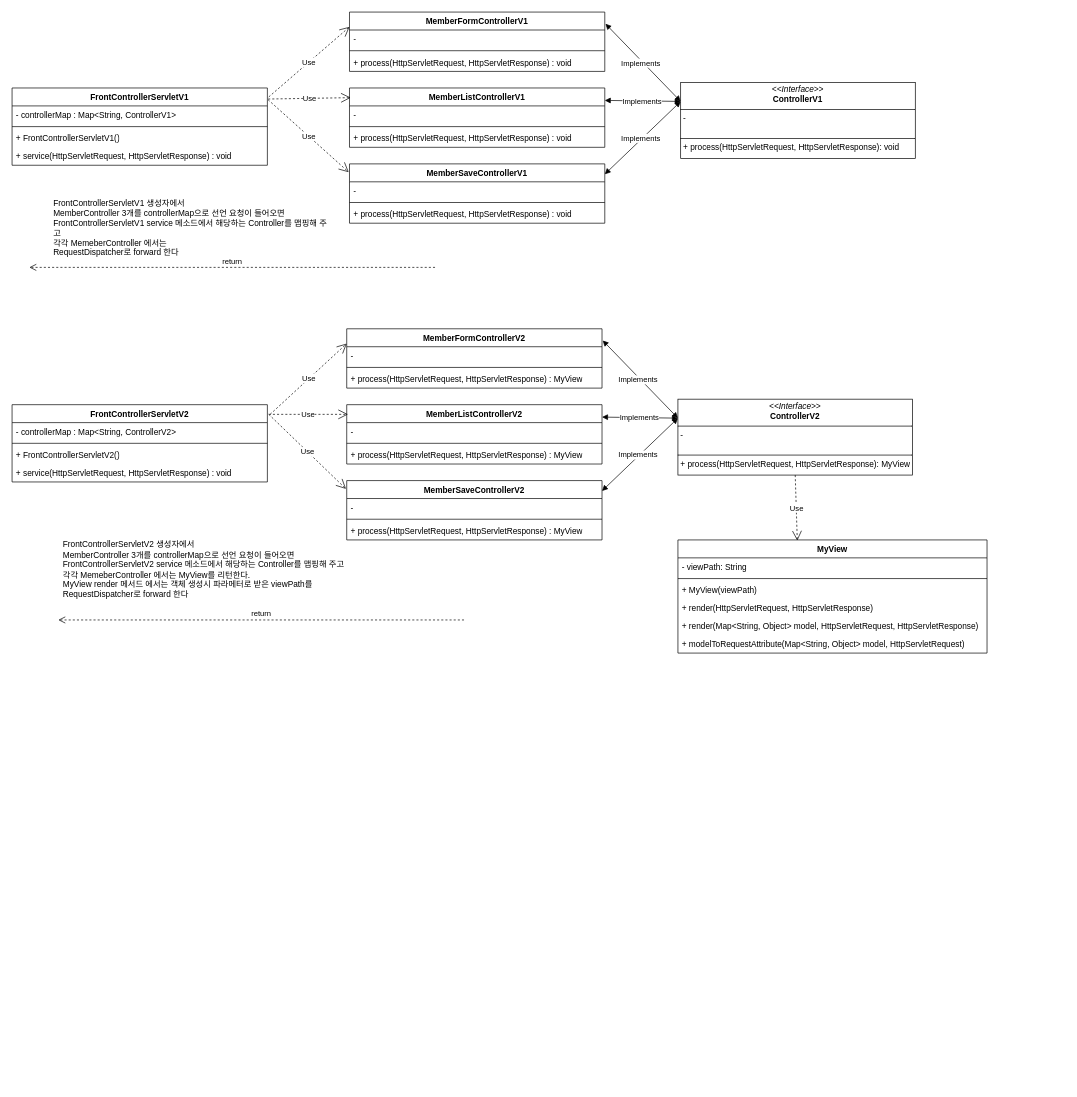
The draw.io diagram kimyh_servlet.drawio in realllbro/draw, before the edit. Source tidied: cells renumbered, new cells numbered last; positions are measured from the earlier drawing's top-left corner, leaving out a move shared by most shapes. Both pictures are drawn from the tidied source at 69%, with x=0, y=0 at pixel (12, 12).
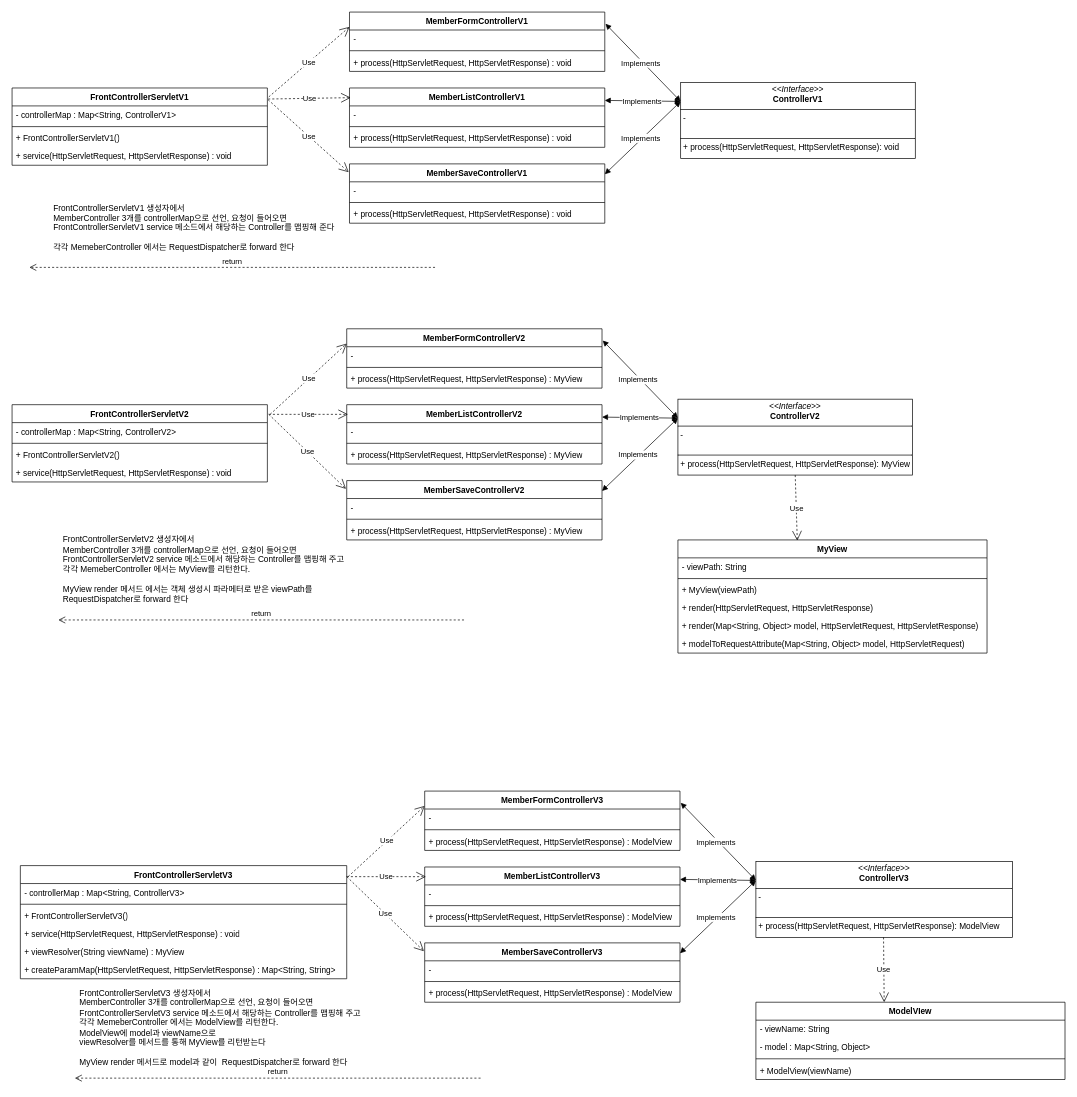
The same diagram, later.

Change to the diagram source:
```diff
@@
-    <mxCell id="66" value="FrontControllerServletV1 생성자에서&amp;nbsp;&lt;div&gt;&lt;div&gt;MemberController 3개를 controllerMap으로 선언&amp;nbsp;&lt;span style=&quot;background-color: initial;&quot;&gt;요청이 들어오면&amp;nbsp;&lt;/span&gt;&lt;/div&gt;&lt;/div&gt;&lt;div&gt;&lt;span style=&quot;background-color: initial;&quot;&gt;FrontControllerServletV1 service 메소드에서 해당하는 Controller를 맵핑해 주고&amp;nbsp;&lt;/span&gt;&lt;/div&gt;&lt;div&gt;&lt;span style=&quot;background-color: initial;&quot;&gt;각각 MemeberController 에서는&amp;nbsp;&lt;/span&gt;&lt;/div&gt;&lt;div&gt;&lt;span style=&quot;background-color: initial;&quot;&gt;RequestDispatcher로 forward 한다&amp;nbsp;&lt;/span&gt;&lt;/div&gt;" style="text;html=1;align=left;verticalAlign=middle;whiteSpace=wrap;rounded=0;" parent="1" vertex="1">
+    <mxCell id="66" value="FrontControllerServletV1 생성자에서&amp;nbsp;&lt;div&gt;&lt;div&gt;MemberController 3개를 controllerMap으로 선언,&amp;nbsp;&lt;span style=&quot;background-color: initial;&quot;&gt;요청이 들어오면&amp;nbsp;&lt;/span&gt;&lt;/div&gt;&lt;/div&gt;&lt;div&gt;&lt;span style=&quot;background-color: initial;&quot;&gt;FrontControllerServletV1 service 메소드에서 해당하는 Controller를 맵핑해 준다&lt;/span&gt;&lt;/div&gt;&lt;div&gt;&lt;span style=&quot;background-color: initial;&quot;&gt;&amp;nbsp;&lt;/span&gt;&lt;/div&gt;&lt;div&gt;&lt;span style=&quot;background-color: initial;&quot;&gt;각각 MemeberController 에서는&amp;nbsp;&lt;/span&gt;&lt;span style=&quot;background-color: initial;&quot;&gt;RequestDispatcher로 forward 한다&amp;nbsp;&lt;/span&gt;&lt;/div&gt;" style="text;html=1;align=left;verticalAlign=middle;whiteSpace=wrap;rounded=0;" parent="1" vertex="1">
       <mxGeometry x="58" y="293" width="413" height="39" as="geometry" />
     </mxCell>
-    <mxCell id="67" value="FrontControllerServletV2 생성자에서&amp;nbsp;&lt;div&gt;&lt;div&gt;MemberController 3개를 controllerMap으로 선언&amp;nbsp;&lt;span style=&quot;background-color: initial;&quot;&gt;요청이 들어오면&amp;nbsp;&lt;/span&gt;&lt;/div&gt;&lt;/div&gt;&lt;div&gt;&lt;span style=&quot;background-color: initial;&quot;&gt;FrontControllerServletV2 service 메소드에서 해당하는 Controller를 맵핑해 주고&amp;nbsp;&lt;/span&gt;&lt;/div&gt;&lt;div&gt;&lt;span style=&quot;background-color: initial;&quot;&gt;각각 MemeberController 에서는 MyView를 리턴한다.&lt;/span&gt;&lt;/div&gt;&lt;div&gt;&lt;span style=&quot;background-color: initial;&quot;&gt;MyView render 메서드 에서는 객체 생성시 파라메터로 받은 viewPath를 &lt;/span&gt;&lt;span style=&quot;background-color: initial;&quot;&gt;RequestDispatcher로 forward 한다&amp;nbsp;&lt;/span&gt;&lt;/div&gt;" style="text;html=1;align=left;verticalAlign=middle;whiteSpace=wrap;rounded=0;" parent="1" vertex="1">
+    <mxCell id="67" value="FrontControllerServletV2 생성자에서&amp;nbsp;&lt;div&gt;&lt;div&gt;MemberController 3개를 controllerMap으로 선언,&amp;nbsp;&lt;span style=&quot;background-color: initial;&quot;&gt;요청이 들어오면&amp;nbsp;&lt;/span&gt;&lt;/div&gt;&lt;/div&gt;&lt;div&gt;&lt;span style=&quot;background-color: initial;&quot;&gt;FrontControllerServletV2 service 메소드에서 해당하는 Controller를 맵핑해 주고&amp;nbsp;&lt;/span&gt;&lt;/div&gt;&lt;div&gt;&lt;span style=&quot;background-color: initial;&quot;&gt;각각 MemeberController 에서는 MyView를 리턴한다.&lt;/span&gt;&lt;/div&gt;&lt;div&gt;&lt;span style=&quot;background-color: initial;&quot;&gt;&lt;br&gt;&lt;/span&gt;&lt;/div&gt;&lt;div&gt;&lt;span style=&quot;background-color: initial;&quot;&gt;MyView render 메서드 에서는 객체 생성시 파라메터로 받은 viewPath를 &lt;/span&gt;&lt;span style=&quot;background-color: initial;&quot;&gt;RequestDispatcher로 forward 한다&amp;nbsp;&lt;/span&gt;&lt;/div&gt;" style="text;html=1;align=left;verticalAlign=middle;whiteSpace=wrap;rounded=0;" parent="1" vertex="1">
       <mxGeometry x="72" y="788" width="419" height="39" as="geometry" />
     </mxCell>
+    <mxCell id="68" value="FrontControllerServletV3" style="swimlane;fontStyle=1;align=center;verticalAlign=top;horizontal=1;startSize=26;whiteSpace=wrap;html=1;" parent="1" vertex="1">
+      <mxGeometry x="12" y="1237" width="473" height="164" as="geometry" />
+    </mxCell>
+    <mxCell id="69" value="&lt;span style=&quot;text-wrap: nowrap;&quot;&gt;- controllerMap : Map&amp;lt;String, ControllerV3&amp;gt;&lt;/span&gt;" style="text;strokeColor=none;fillColor=none;align=left;verticalAlign=top;spacingLeft=4;spacingRight=4;overflow=hidden;whiteSpace=wrap;html=1;" parent="68" vertex="1">
+      <mxGeometry y="26" width="473" height="26" as="geometry" />
+    </mxCell>
+    <mxCell id="70" style="line;strokeWidth=1;fillColor=none;align=left;verticalAlign=middle;spacingTop=-1;spacingLeft=3;spacingRight=3;labelPosition=right;strokeColor=inherit;" parent="68" vertex="1">
+      <mxGeometry y="52" width="473" height="8" as="geometry" />
+    </mxCell>
+    <mxCell id="71" value="&lt;span style=&quot;text-wrap: nowrap;&quot;&gt;+ FrontControllerServletV3()&lt;/span&gt;" style="text;strokeColor=none;fillColor=none;align=left;verticalAlign=top;spacingLeft=4;spacingRight=4;overflow=hidden;whiteSpace=wrap;html=1;" parent="68" vertex="1">
+      <mxGeometry y="60" width="473" height="26" as="geometry" />
+    </mxCell>
+    <mxCell id="72" value="+ service(HttpServletRequest, HttpServletResponse) : void" style="text;strokeColor=none;fillColor=none;align=left;verticalAlign=top;spacingLeft=4;spacingRight=4;overflow=hidden;whiteSpace=wrap;html=1;" parent="68" vertex="1">
+      <mxGeometry y="86" width="473" height="26" as="geometry" />
+    </mxCell>
+    <mxCell id="73" value="+ viewResolver(String viewName) : MyView" style="text;strokeColor=none;fillColor=none;align=left;verticalAlign=top;spacingLeft=4;spacingRight=4;overflow=hidden;whiteSpace=wrap;html=1;" parent="68" vertex="1">
+      <mxGeometry y="112" width="473" height="26" as="geometry" />
+    </mxCell>
+    <mxCell id="74" value="+ createParamMap(HttpServletRequest, HttpServletResponse)&amp;nbsp;: Map&amp;lt;String, String&amp;gt;" style="text;strokeColor=none;fillColor=none;align=left;verticalAlign=top;spacingLeft=4;spacingRight=4;overflow=hidden;whiteSpace=wrap;html=1;" parent="68" vertex="1">
+      <mxGeometry y="138" width="473" height="26" as="geometry" />
+    </mxCell>
+    <mxCell id="75" value="&lt;p style=&quot;margin:0px;margin-top:4px;text-align:center;&quot;&gt;&lt;i&gt;&amp;lt;&amp;lt;Interface&amp;gt;&amp;gt;&lt;/i&gt;&lt;br&gt;&lt;b&gt;ControllerV3&lt;/b&gt;&lt;/p&gt;&lt;hr size=&quot;1&quot; style=&quot;border-style:solid;&quot;&gt;&lt;p style=&quot;margin:0px;margin-left:4px;&quot;&gt;-&amp;nbsp;&lt;br&gt;&lt;br&gt;&lt;/p&gt;&lt;hr size=&quot;1&quot; style=&quot;border-style:solid;&quot;&gt;&lt;p style=&quot;margin:0px;margin-left:4px;&quot;&gt;+ process(HttpServletRequest, HttpServletResponse): ModelView&lt;br&gt;&lt;/p&gt;" style="verticalAlign=top;align=left;overflow=fill;html=1;whiteSpace=wrap;" parent="1" vertex="1">
+      <mxGeometry x="1078" y="1231" width="372" height="110" as="geometry" />
+    </mxCell>
+    <mxCell id="76" value="MemberFormControllerV3" style="swimlane;fontStyle=1;align=center;verticalAlign=top;horizontal=1;startSize=26;whiteSpace=wrap;html=1;" parent="1" vertex="1">
+      <mxGeometry x="598" y="1129" width="370" height="86" as="geometry" />
+    </mxCell>
+    <mxCell id="77" value="&lt;span style=&quot;text-wrap: nowrap;&quot;&gt;-&amp;nbsp;&lt;/span&gt;" style="text;strokeColor=none;fillColor=none;align=left;verticalAlign=top;spacingLeft=4;spacingRight=4;overflow=hidden;whiteSpace=wrap;html=1;" parent="76" vertex="1">
+      <mxGeometry y="26" width="370" height="26" as="geometry" />
+    </mxCell>
+    <mxCell id="78" style="line;strokeWidth=1;fillColor=none;align=left;verticalAlign=middle;spacingTop=-1;spacingLeft=3;spacingRight=3;labelPosition=right;strokeColor=inherit;" parent="76" vertex="1">
+      <mxGeometry y="52" width="370" height="8" as="geometry" />
+    </mxCell>
+    <mxCell id="79" value="+ process(HttpServletRequest, HttpServletResponse) : ModelView" style="text;strokeColor=none;fillColor=none;align=left;verticalAlign=top;spacingLeft=4;spacingRight=4;overflow=hidden;whiteSpace=wrap;html=1;" parent="76" vertex="1">
+      <mxGeometry y="60" width="370" height="26" as="geometry" />
+    </mxCell>
+    <mxCell id="80" value="MemberListControllerV3" style="swimlane;fontStyle=1;align=center;verticalAlign=top;horizontal=1;startSize=26;whiteSpace=wrap;html=1;" parent="1" vertex="1">
+      <mxGeometry x="598" y="1239" width="370" height="86" as="geometry" />
+    </mxCell>
+    <mxCell id="81" value="&lt;span style=&quot;text-wrap: nowrap;&quot;&gt;-&amp;nbsp;&lt;/span&gt;" style="text;strokeColor=none;fillColor=none;align=left;verticalAlign=top;spacingLeft=4;spacingRight=4;overflow=hidden;whiteSpace=wrap;html=1;" parent="80" vertex="1">
+      <mxGeometry y="26" width="370" height="26" as="geometry" />
+    </mxCell>
+    <mxCell id="82" style="line;strokeWidth=1;fillColor=none;align=left;verticalAlign=middle;spacingTop=-1;spacingLeft=3;spacingRight=3;labelPosition=right;strokeColor=inherit;" parent="80" vertex="1">
+      <mxGeometry y="52" width="370" height="8" as="geometry" />
+    </mxCell>
+    <mxCell id="83" value="+ process(HttpServletRequest, HttpServletResponse) : ModelView" style="text;strokeColor=none;fillColor=none;align=left;verticalAlign=top;spacingLeft=4;spacingRight=4;overflow=hidden;whiteSpace=wrap;html=1;" parent="80" vertex="1">
+      <mxGeometry y="60" width="370" height="26" as="geometry" />
+    </mxCell>
+    <mxCell id="84" value="MemberSaveControllerV3" style="swimlane;fontStyle=1;align=center;verticalAlign=top;horizontal=1;startSize=26;whiteSpace=wrap;html=1;" parent="1" vertex="1">
+      <mxGeometry x="598" y="1349" width="370" height="86" as="geometry" />
+    </mxCell>
+    <mxCell id="85" value="&lt;span style=&quot;text-wrap: nowrap;&quot;&gt;-&amp;nbsp;&lt;/span&gt;" style="text;strokeColor=none;fillColor=none;align=left;verticalAlign=top;spacingLeft=4;spacingRight=4;overflow=hidden;whiteSpace=wrap;html=1;" parent="84" vertex="1">
+      <mxGeometry y="26" width="370" height="26" as="geometry" />
+    </mxCell>
+    <mxCell id="86" style="line;strokeWidth=1;fillColor=none;align=left;verticalAlign=middle;spacingTop=-1;spacingLeft=3;spacingRight=3;labelPosition=right;strokeColor=inherit;" parent="84" vertex="1">
+      <mxGeometry y="52" width="370" height="8" as="geometry" />
+    </mxCell>
+    <mxCell id="87" value="+ process(HttpServletRequest, HttpServletResponse) : ModelView" style="text;strokeColor=none;fillColor=none;align=left;verticalAlign=top;spacingLeft=4;spacingRight=4;overflow=hidden;whiteSpace=wrap;html=1;" parent="84" vertex="1">
+      <mxGeometry y="60" width="370" height="26" as="geometry" />
+    </mxCell>
+    <mxCell id="88" value="Use" style="endArrow=open;endSize=12;dashed=1;html=1;rounded=0;entryX=0;entryY=0.25;entryDx=0;entryDy=0;" parent="1" edge="1" target="76">
+      <mxGeometry relative="1" as="geometry">
+        <mxPoint x="487" y="1253" as="sourcePoint" />
+      </mxGeometry>
+    </mxCell>
+    <mxCell id="89" value="Use" style="endArrow=open;endSize=12;dashed=1;html=1;rounded=0;entryX=0.005;entryY=0.163;entryDx=0;entryDy=0;entryPerimeter=0;" parent="1" edge="1" target="80">
+      <mxGeometry relative="1" as="geometry">
+        <mxPoint x="485" y="1253" as="sourcePoint" />
+      </mxGeometry>
+    </mxCell>
+    <mxCell id="90" value="Use" style="endArrow=open;endSize=12;dashed=1;html=1;rounded=0;entryX=-0.003;entryY=0.14;entryDx=0;entryDy=0;entryPerimeter=0;" parent="1" edge="1" target="84">
+      <mxGeometry relative="1" as="geometry">
+        <mxPoint x="485" y="1253" as="sourcePoint" />
+      </mxGeometry>
+    </mxCell>
+    <mxCell id="91" style="endArrow=block;startArrow=block;endFill=1;startFill=1;html=1;rounded=0;entryX=0;entryY=0.25;entryDx=0;entryDy=0;" parent="1" edge="1" target="75">
+      <mxGeometry relative="1" as="geometry">
+        <mxPoint x="969" y="1146" as="sourcePoint" />
+      </mxGeometry>
+    </mxCell>
+    <mxCell id="92" style="endArrow=block;startArrow=block;endFill=1;startFill=1;html=1;rounded=0;entryX=0;entryY=0.25;entryDx=0;entryDy=0;" parent="1" edge="1" target="75">
+      <mxGeometry relative="1" as="geometry">
+        <mxPoint x="968" y="1257" as="sourcePoint" />
+      </mxGeometry>
+    </mxCell>
+    <mxCell id="93" value="Implements" style="edgeLabel;html=1;align=center;verticalAlign=middle;" parent="92" vertex="1">
+      <mxGeometry x="-0.02" relative="1" as="geometry" />
+    </mxCell>
+    <mxCell id="94" style="endArrow=block;startArrow=block;endFill=1;startFill=1;html=1;rounded=0;entryX=0;entryY=0.25;entryDx=0;entryDy=0;" parent="1" edge="1" target="75">
+      <mxGeometry relative="1" as="geometry">
+        <mxPoint x="968" y="1364" as="sourcePoint" />
+      </mxGeometry>
+    </mxCell>
+    <mxCell id="95" value="Implements" style="edgeLabel;html=1;align=center;verticalAlign=middle;" parent="1" vertex="1">
+      <mxGeometry x="1019" y="1202" as="geometry" />
+    </mxCell>
+    <mxCell id="96" value="Implements" style="edgeLabel;html=1;align=center;verticalAlign=middle;" parent="1" vertex="1">
+      <mxGeometry x="1019" y="1311" as="geometry" />
+    </mxCell>
+    <mxCell id="97" value="ModelVIew" style="swimlane;fontStyle=1;align=center;verticalAlign=top;horizontal=1;startSize=26;whiteSpace=wrap;html=1;" parent="1" vertex="1">
+      <mxGeometry x="1078" y="1435" width="448" height="112" as="geometry" />
+    </mxCell>
+    <mxCell id="98" value="&lt;span style=&quot;text-wrap: nowrap;&quot;&gt;- viewName: String&lt;/span&gt;" style="text;strokeColor=none;fillColor=none;align=left;verticalAlign=top;spacingLeft=4;spacingRight=4;overflow=hidden;whiteSpace=wrap;html=1;" parent="97" vertex="1">
+      <mxGeometry y="26" width="448" height="26" as="geometry" />
+    </mxCell>
+    <mxCell id="99" value="- model : Map&amp;lt;String, Object&amp;gt;" style="text;strokeColor=none;fillColor=none;align=left;verticalAlign=top;spacingLeft=4;spacingRight=4;overflow=hidden;whiteSpace=wrap;html=1;" parent="97" vertex="1">
+      <mxGeometry y="52" width="448" height="26" as="geometry" />
+    </mxCell>
+    <mxCell id="100" style="line;strokeWidth=1;fillColor=none;align=left;verticalAlign=middle;spacingTop=-1;spacingLeft=3;spacingRight=3;labelPosition=right;strokeColor=inherit;" parent="97" vertex="1">
+      <mxGeometry y="78" width="448" height="8" as="geometry" />
+    </mxCell>
+    <mxCell id="101" value="+ ModelView(viewName)" style="text;strokeColor=none;fillColor=none;align=left;verticalAlign=top;spacingLeft=4;spacingRight=4;overflow=hidden;whiteSpace=wrap;html=1;" parent="97" vertex="1">
+      <mxGeometry y="86" width="448" height="26" as="geometry" />
+    </mxCell>
+    <mxCell id="102" value="return" style="html=1;verticalAlign=bottom;endArrow=open;dashed=1;endSize=8;curved=0;rounded=0;" parent="1" edge="1">
+      <mxGeometry relative="1" as="geometry">
+        <mxPoint x="679" y="1545" as="sourcePoint" />
+        <mxPoint x="91" y="1545" as="targetPoint" />
+      </mxGeometry>
+    </mxCell>
+    <mxCell id="103" value="FrontControllerServletV3 생성자에서&amp;nbsp;&lt;div&gt;&lt;div&gt;MemberController 3개를 controllerMap으로 선언,&amp;nbsp;&lt;span style=&quot;background-color: initial;&quot;&gt;요청이 들어오면&amp;nbsp;&lt;/span&gt;&lt;/div&gt;&lt;/div&gt;&lt;div&gt;&lt;span style=&quot;background-color: initial;&quot;&gt;FrontControllerServletV3 service 메소드에서 해당하는 Controller를 맵핑해 주고&amp;nbsp;&lt;/span&gt;&lt;/div&gt;&lt;div&gt;&lt;span style=&quot;background-color: initial;&quot;&gt;각각 MemeberController 에서는 ModelView를 리턴한다.&lt;/span&gt;&lt;/div&gt;&lt;div&gt;&lt;span style=&quot;background-color: initial;&quot;&gt;ModelView에 model과 viewName으로&amp;nbsp;&lt;/span&gt;&lt;/div&gt;&lt;div&gt;&lt;span style=&quot;background-color: initial;&quot;&gt;viewResolver를 메서드를 통해 MyView를 리턴받는다&lt;/span&gt;&lt;/div&gt;&lt;div&gt;&lt;br&gt;&lt;/div&gt;&lt;div&gt;&lt;span style=&quot;background-color: initial;&quot;&gt;MyView render 메서드로 model과 같이&amp;nbsp;&amp;nbsp;&lt;/span&gt;&lt;span style=&quot;background-color: initial;&quot;&gt;RequestDispatcher로 forward 한다&amp;nbsp;&lt;/span&gt;&lt;/div&gt;" style="text;html=1;align=left;verticalAlign=middle;whiteSpace=wrap;rounded=0;" parent="1" vertex="1">
+      <mxGeometry x="96" y="1452" width="419" height="39" as="geometry" />
+    </mxCell>
+    <mxCell id="104" value="Use" style="endArrow=open;endSize=12;dashed=1;html=1;rounded=0;entryX=0.415;entryY=0;entryDx=0;entryDy=0;entryPerimeter=0;" parent="1" edge="1" target="97">
+      <mxGeometry relative="1" as="geometry">
+        <mxPoint x="1263" y="1341" as="sourcePoint" />
+      </mxGeometry>
+    </mxCell>
```
